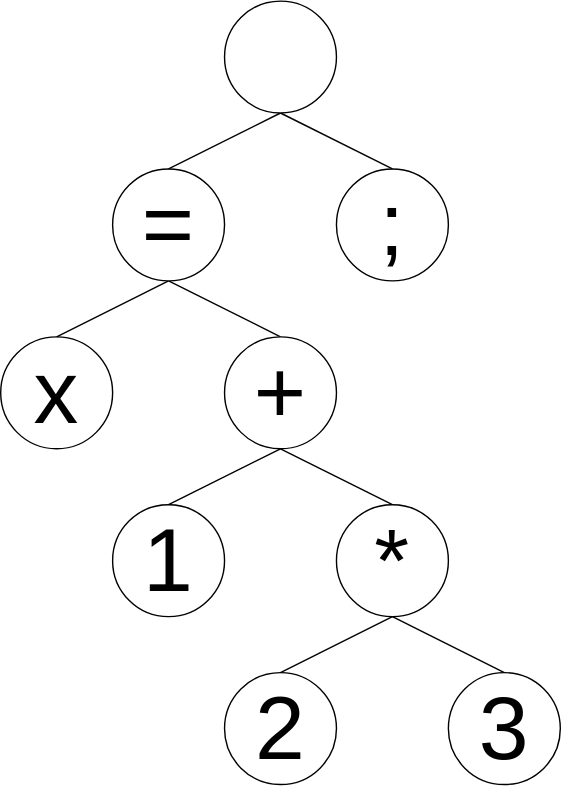
Before: 構文木.svg, a diagram exported from draw.io (hirohinata/What-is-a-Compiler). Source tidied: cells renumbered, new cells last; positions are measured from the earlier drawing's top-left corner, leaving out a move shared by most shapes.
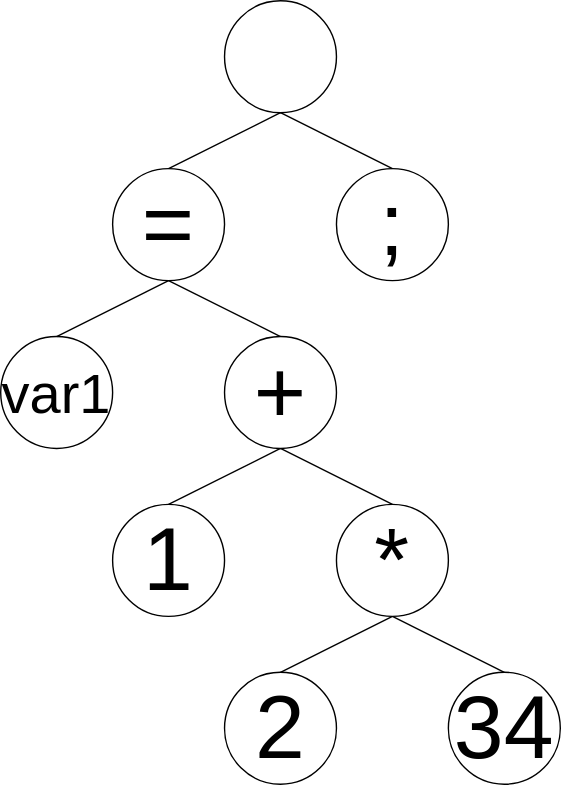
The same diagram one commit later.

Change to the diagram source:
```diff
@@ -2,7 +2,7 @@
   <root>
     <mxCell id="0" />
     <mxCell id="1" parent="0" />
-    <mxCell id="2" value="x" style="ellipse;whiteSpace=wrap;html=1;fontSize=64;" parent="1" vertex="1">
+    <mxCell id="2" value="var1" style="ellipse;whiteSpace=wrap;html=1;fontSize=40;" parent="1" vertex="1">
       <mxGeometry y="240" width="80" height="80" as="geometry" />
     </mxCell>
     <mxCell id="3" style="edgeStyle=none;html=1;exitX=0.5;exitY=1;exitDx=0;exitDy=0;entryX=0.5;entryY=0;entryDx=0;entryDy=0;fontSize=64;endArrow=none;endFill=0;" parent="1" edge="1" source="5" target="2">
@@ -38,7 +38,7 @@
     <mxCell id="13" value="*" style="ellipse;whiteSpace=wrap;html=1;fontSize=64;" parent="1" vertex="1">
       <mxGeometry x="240" y="360" width="80" height="80" as="geometry" />
     </mxCell>
-    <mxCell id="14" value="3" style="ellipse;whiteSpace=wrap;html=1;fontSize=64;" parent="1" vertex="1">
+    <mxCell id="14" value="34" style="ellipse;whiteSpace=wrap;html=1;fontSize=64;" parent="1" vertex="1">
       <mxGeometry x="320" y="480" width="80" height="80" as="geometry" />
     </mxCell>
     <mxCell id="15" value=";" style="ellipse;whiteSpace=wrap;html=1;fontSize=64;" parent="1" vertex="1">
```
